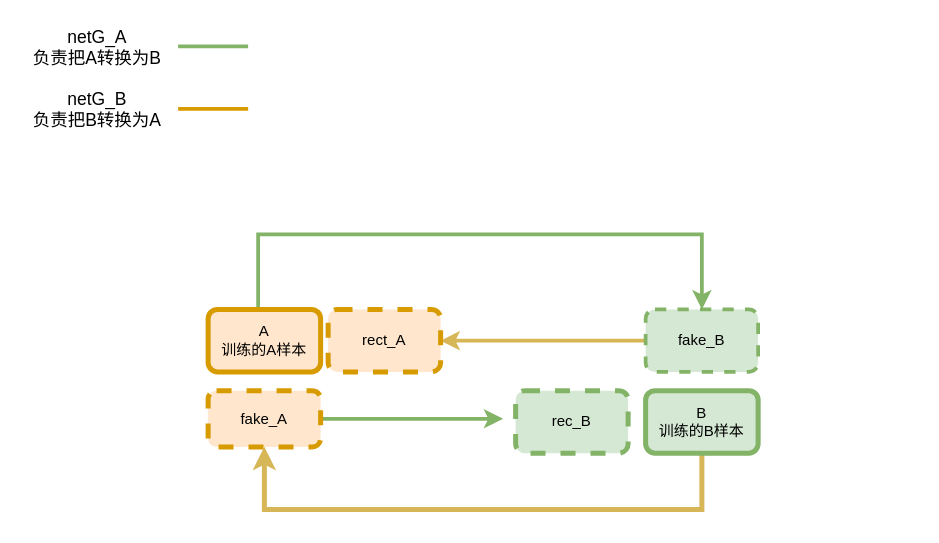
This is cyclegan.drawio from yuanchaowang/subscribe, a draw.io file, before an edit. Source tidied: cells renumbered, new cells numbered last; positions are measured from the earlier drawing's top-left corner, leaving out a move shared by most shapes. Both pictures are drawn from the tidied source at 125%, with x=0, y=0 at pixel (21, 21).
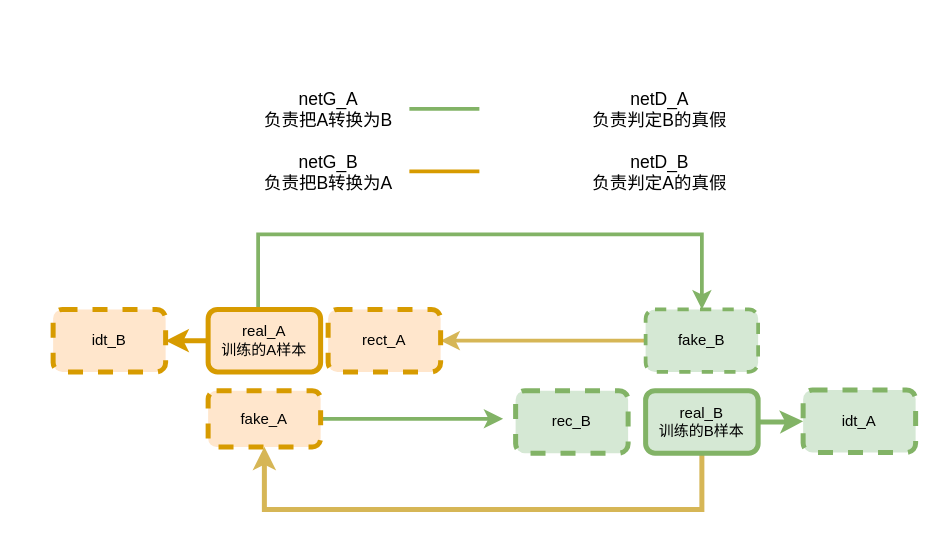
The same page after the edit.

What changed in the source:
```diff
@@
+    <mxCell id="16" style="edgeStyle=orthogonalEdgeStyle;rounded=0;jettySize=auto;html=1;entryX=1;entryY=0.5;entryDx=0;entryDy=0;strokeWidth=4;fillColor=#ffe6cc;strokeColor=#d79b00;" parent="1" edge="1" source="3" target="21">
+      <mxGeometry relative="1" as="geometry" />
+    </mxCell>
-    <mxCell id="3" value="A&lt;br&gt;训练的A样本" style="rounded=1;whiteSpace=wrap;html=1;fillColor=#ffe6cc;strokeColor=#d79b00;strokeWidth=4;" parent="1" vertex="1">
+    <mxCell id="3" value="real_A&lt;br&gt;训练的A样本" style="rounded=1;whiteSpace=wrap;html=1;fillColor=#ffe6cc;strokeColor=#d79b00;strokeWidth=4;" parent="1" vertex="1">
       <mxGeometry x="149" y="230" width="90" height="50" as="geometry" />
     </mxCell>
@@
     <mxCell id="7" value="&lt;font&gt;&lt;font style=&quot;font-size: 14px&quot;&gt;netG_A&lt;br&gt;负责把A转换为B&lt;/font&gt;&lt;br&gt;&lt;/font&gt;" style="text;html=1;align=center;verticalAlign=middle;strokeColor=none;fillColor=none;" parent="1" vertex="1">
-      <mxGeometry width="120" height="40" as="geometry" />
+      <mxGeometry x="185" y="50" width="120" height="40" as="geometry" />
     </mxCell>
     <mxCell id="8" value="&lt;font&gt;&lt;font style=&quot;font-size: 14px&quot;&gt;netG_B&lt;br&gt;负责把B转换为A&lt;/font&gt;&lt;br&gt;&lt;/font&gt;" style="text;html=1;align=center;verticalAlign=middle;strokeColor=none;fillColor=none;" parent="1" vertex="1">
-      <mxGeometry y="50" width="120" height="40" as="geometry" />
+      <mxGeometry x="185" y="100" width="120" height="40" as="geometry" />
     </mxCell>
+    <mxCell id="17" style="edgeStyle=orthogonalEdgeStyle;rounded=0;jettySize=auto;html=1;entryX=0;entryY=0.5;entryDx=0;entryDy=0;fillColor=#d5e8d4;strokeColor=#82b366;strokeWidth=4;" parent="1" edge="1" source="9" target="20">
+      <mxGeometry relative="1" as="geometry" />
+    </mxCell>
-    <mxCell id="9" value="B&lt;br&gt;训练的B样本" style="rounded=1;whiteSpace=wrap;html=1;fillColor=#d5e8d4;strokeColor=#82b366;strokeWidth=4;" parent="1" vertex="1">
+    <mxCell id="9" value="real_B&lt;br&gt;训练的B样本" style="rounded=1;whiteSpace=wrap;html=1;fillColor=#d5e8d4;strokeColor=#82b366;strokeWidth=4;" parent="1" vertex="1">
       <mxGeometry x="499" y="295" width="90" height="50" as="geometry" />
     </mxCell>
@@
     <mxCell id="14" style="endArrow=none;html=1;strokeWidth=3;fillColor=#d5e8d4;strokeColor=#82b366;" parent="1" edge="1">
       <mxGeometry relative="1" as="geometry">
-        <mxPoint x="125" y="19.5" as="sourcePoint" />
-        <mxPoint x="181" y="19.5" as="targetPoint" />
+        <mxPoint x="310" y="69.5" as="sourcePoint" />
+        <mxPoint x="366" y="69.5" as="targetPoint" />
       </mxGeometry>
     </mxCell>
     <mxCell id="15" style="endArrow=none;html=1;strokeWidth=3;fillColor=#ffe6cc;strokeColor=#d79b00;" parent="1" edge="1">
       <mxGeometry relative="1" as="geometry">
-        <mxPoint x="125" y="69.5" as="sourcePoint" />
-        <mxPoint x="181" y="69.5" as="targetPoint" />
+        <mxPoint x="310" y="119.5" as="sourcePoint" />
+        <mxPoint x="366" y="119.5" as="targetPoint" />
       </mxGeometry>
     </mxCell>
+    <mxCell id="18" value="&lt;font&gt;&lt;font style=&quot;font-size: 14px&quot;&gt;netD_A&lt;br&gt;负责判定B的真假&lt;/font&gt;&lt;br&gt;&lt;/font&gt;" style="text;html=1;align=center;verticalAlign=middle;strokeColor=none;fillColor=none;" parent="1" vertex="1">
+      <mxGeometry x="450" y="50" width="120" height="40" as="geometry" />
+    </mxCell>
+    <mxCell id="19" value="&lt;font&gt;&lt;font style=&quot;font-size: 14px&quot;&gt;netD_B&lt;br&gt;负责判定A的真假&lt;/font&gt;&lt;br&gt;&lt;/font&gt;" style="text;html=1;align=center;verticalAlign=middle;strokeColor=none;fillColor=none;" parent="1" vertex="1">
+      <mxGeometry x="450" y="100" width="120" height="40" as="geometry" />
+    </mxCell>
+    <mxCell id="20" value="idt_A" style="rounded=1;whiteSpace=wrap;html=1;fillColor=#d5e8d4;strokeColor=#82b366;strokeWidth=4;dashed=1;" parent="1" vertex="1">
+      <mxGeometry x="625" y="294.5" width="90" height="50" as="geometry" />
+    </mxCell>
+    <mxCell id="21" value="idt_B" style="rounded=1;whiteSpace=wrap;html=1;fillColor=#ffe6cc;strokeColor=#d79b00;strokeWidth=4;dashed=1;" parent="1" vertex="1">
+      <mxGeometry x="25" y="230" width="90" height="50" as="geometry" />
+    </mxCell>
```
